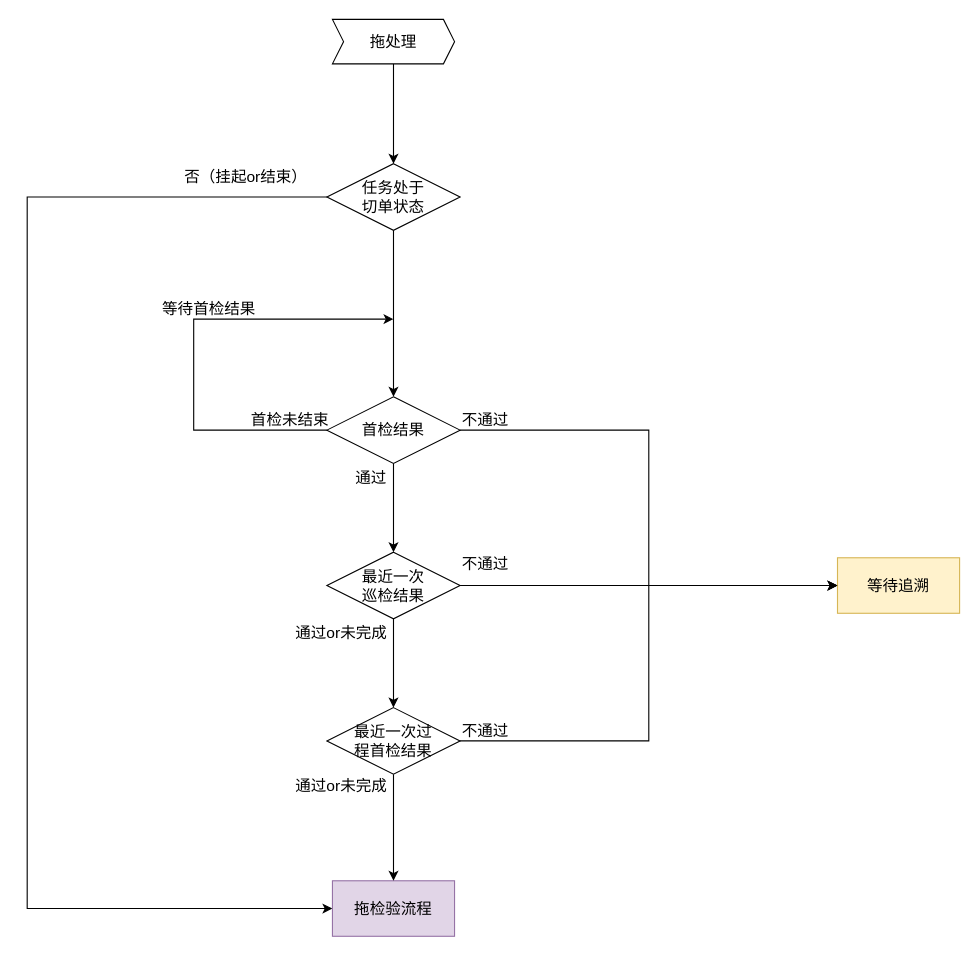
Earlier version of the draw.io diagram page "第 7 页" (5 of 6) of 切单挂起.drawio (k525056857/mfr). Source tidied: cells renumbered, new cells numbered last; positions are measured from the earlier drawing's top-left corner, leaving out a move shared by most shapes. Both pictures are drawn from the tidied source at 111%, with x=0, y=0 at pixel (27, 19).
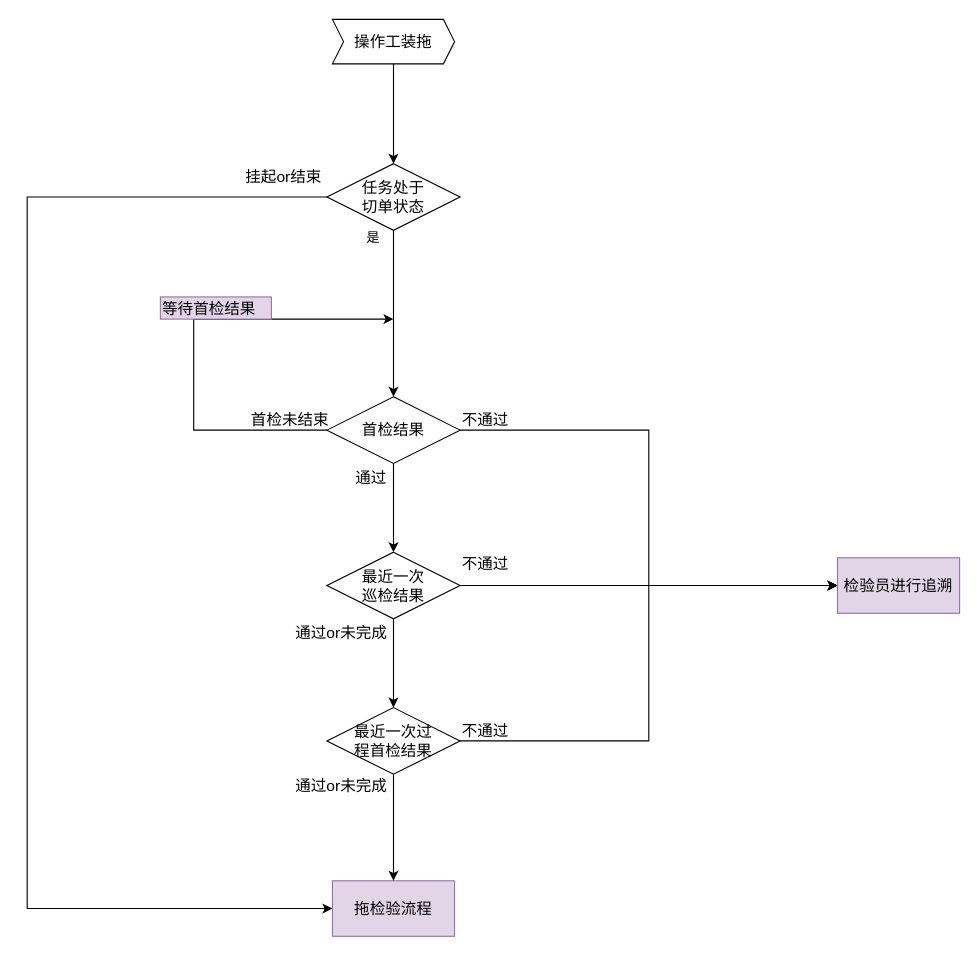
The same diagram, later.

Change to the diagram source:
```diff
@@
-    <mxCell id="6" value="拖处理" style="shape=step;perimeter=stepPerimeter;whiteSpace=wrap;html=1;fixedSize=1;fontSize=14;size=10;" parent="1" vertex="1">
+    <mxCell id="6" value="操作工装拖" style="shape=step;perimeter=stepPerimeter;whiteSpace=wrap;html=1;fixedSize=1;fontSize=14;size=10;" parent="1" vertex="1">
       <mxGeometry x="275" width="110" height="40" as="geometry" />
     </mxCell>
@@
-    <mxCell id="8" value="否（挂起or结束）" style="text;html=1;align=left;verticalAlign=top;spacingTop=-4;fontSize=14;" parent="1" vertex="1">
-      <mxGeometry x="140" y="131" width="130" height="20" as="geometry" />
+    <mxCell id="8" value="挂起or结束" style="text;html=1;align=left;verticalAlign=top;spacingTop=-4;fontSize=14;" parent="1" vertex="1">
+      <mxGeometry x="195" y="131" width="80" height="20" as="geometry" />
     </mxCell>
@@
-    <mxCell id="14" value="等待首检结果" style="text;html=1;align=left;verticalAlign=top;spacingTop=-4;fontSize=14;" parent="1" vertex="1">
+    <mxCell id="14" value="等待首检结果" style="text;html=1;align=left;verticalAlign=top;spacingTop=-4;fontSize=14;fillColor=#e1d5e7;strokeColor=#9673a6;" parent="1" vertex="1">
       <mxGeometry x="120" y="250" width="100" height="20" as="geometry" />
     </mxCell>
-    <mxCell id="15" value="等待追溯" style="rounded=0;whiteSpace=wrap;html=1;fontSize=14;fillColor=#fff2cc;strokeColor=#d6b656;" parent="1" vertex="1">
+    <mxCell id="15" value="检验员进行追溯" style="rounded=0;whiteSpace=wrap;html=1;fontSize=14;fillColor=#e1d5e7;strokeColor=#9673a6;" parent="1" vertex="1">
       <mxGeometry x="730" y="485" width="110" height="50" as="geometry" />
     </mxCell>
@@
+    <mxCell id="28" value="是" style="text;html=1;align=left;verticalAlign=top;spacingTop=-4;" parent="1" vertex="1">
+      <mxGeometry x="304" y="187" width="30" height="20" as="geometry" />
+    </mxCell>
```
